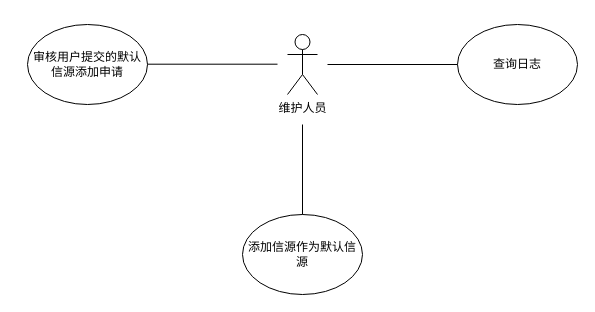
Before: UML-维护人员.drawio in RimLutienpeist/Draw_io_Repo, a draw.io diagram. Source tidied: cells renumbered, new cells numbered last; positions are measured from the earlier drawing's top-left corner, leaving out a move shared by most shapes. Both pictures are drawn from the tidied source at 100%, with x=0, y=0 at pixel (27, 24).
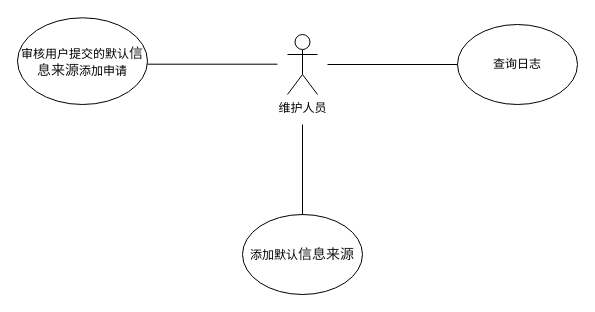
The same page after the edit.

Commit message (it also covers changes not shown here):
更新UML-维护人员.drawio

What changed in the source:
```diff
@@
 <mxGraphModel>
   <root>
     <mxCell id="0" />
     <mxCell id="1" parent="0" />
     <mxCell id="2" value="维护人员" style="shape=umlActor;verticalLabelPosition=bottom;verticalAlign=top;html=1;" parent="1" vertex="1">
       <mxGeometry x="260" y="10" width="30" height="60" as="geometry" />
     </mxCell>
     <mxCell id="3" value="查询日志" style="ellipse;whiteSpace=wrap;html=1;" parent="1" vertex="1">
       <mxGeometry x="430" width="120" height="80" as="geometry" />
     </mxCell>
     <mxCell id="4" style="endArrow=none;html=1;rounded=0;entryX=0;entryY=0.5;entryDx=0;entryDy=0;" parent="1" edge="1" target="3">
       <mxGeometry relative="1" as="geometry">
         <mxPoint x="300" y="40" as="sourcePoint" />
       </mxGeometry>
     </mxCell>
-    <mxCell id="5" value="添加信源作为默认信源" style="ellipse;whiteSpace=wrap;html=1;" parent="1" vertex="1">
+    <mxCell id="5" value="添加默认&lt;span style=&quot;color: rgb(25, 25, 26); font-size: 14px;&quot;&gt;信息来源&lt;/span&gt;" style="ellipse;whiteSpace=wrap;html=1;" parent="1" vertex="1">
       <mxGeometry x="215" y="190" width="120" height="80" as="geometry" />
     </mxCell>
     <mxCell id="6" style="endArrow=none;html=1;rounded=0;exitX=0.5;exitY=0;exitDx=0;exitDy=0;" parent="1" edge="1" source="5">
       <mxGeometry relative="1" as="geometry">
         <mxPoint x="275" y="100" as="targetPoint" />
       </mxGeometry>
     </mxCell>
-    <mxCell id="7" value="审核用户提交的默认信源添加申请" style="ellipse;whiteSpace=wrap;html=1;" parent="1" vertex="1">
-      <mxGeometry width="120" height="80" as="geometry" />
+    <mxCell id="7" value="审核用户提交的默认&lt;span style=&quot;color: rgb(25, 25, 26); font-size: 14px;&quot;&gt;信息来源&lt;/span&gt;添加申请" style="ellipse;whiteSpace=wrap;html=1;" parent="1" vertex="1">
+      <mxGeometry x="-10" y="-6.7" width="130" height="86.7" as="geometry" />
     </mxCell>
     <mxCell id="8" style="endArrow=none;html=1;rounded=0;entryX=0;entryY=0.5;entryDx=0;entryDy=0;" parent="1" edge="1">
       <mxGeometry relative="1" as="geometry">
         <mxPoint x="120" y="39.7" as="sourcePoint" />
         <mxPoint x="250" y="39.7" as="targetPoint" />
       </mxGeometry>
     </mxCell>
   </root>
 </mxGraphModel>
```
